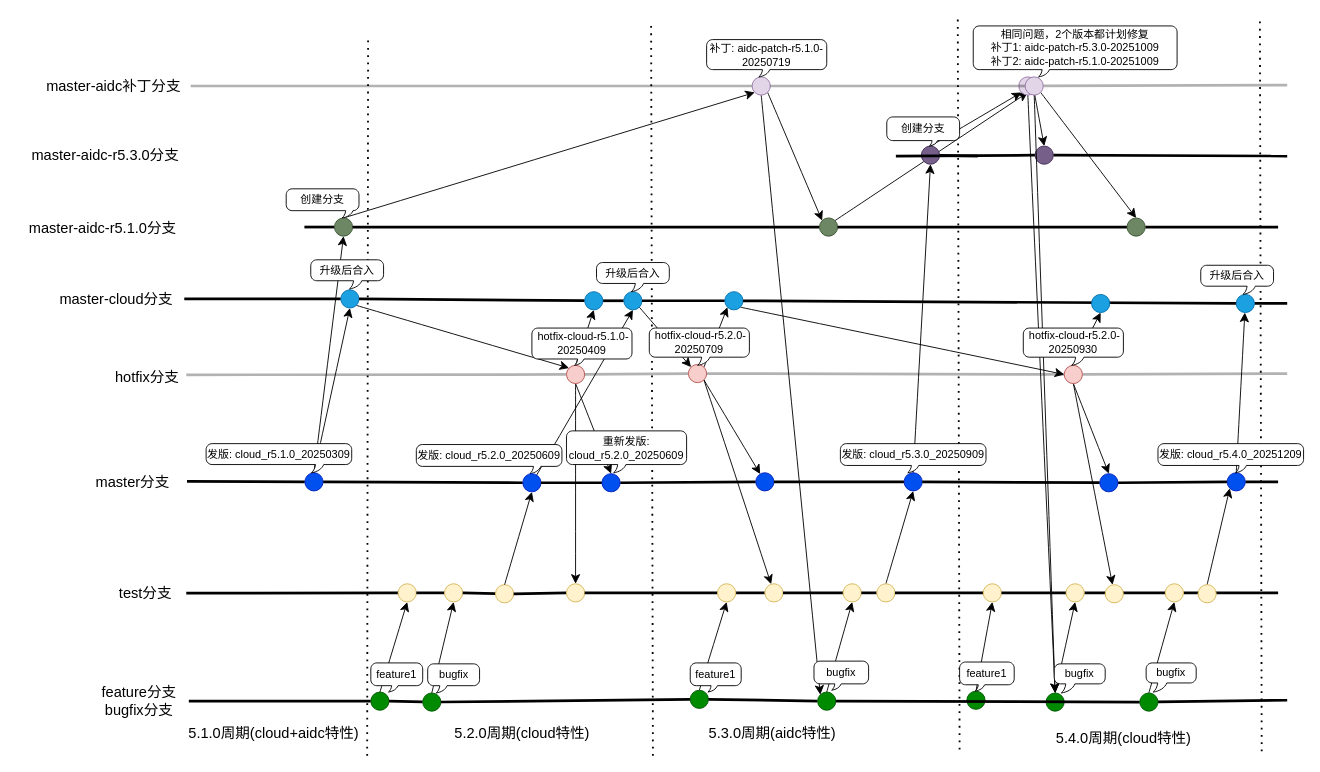
Before: page "Page-4" (4 of 4) of 规范/公有云和智算中心分支流程.drawio in paochiang/draw, a draw.io diagram. Source tidied: cells renumbered, new cells numbered last; positions are measured from the earlier drawing's top-left corner, leaving out a move shared by most shapes. Both pictures are drawn from the tidied source at 91%, with x=0, y=0 at pixel (15, 16).
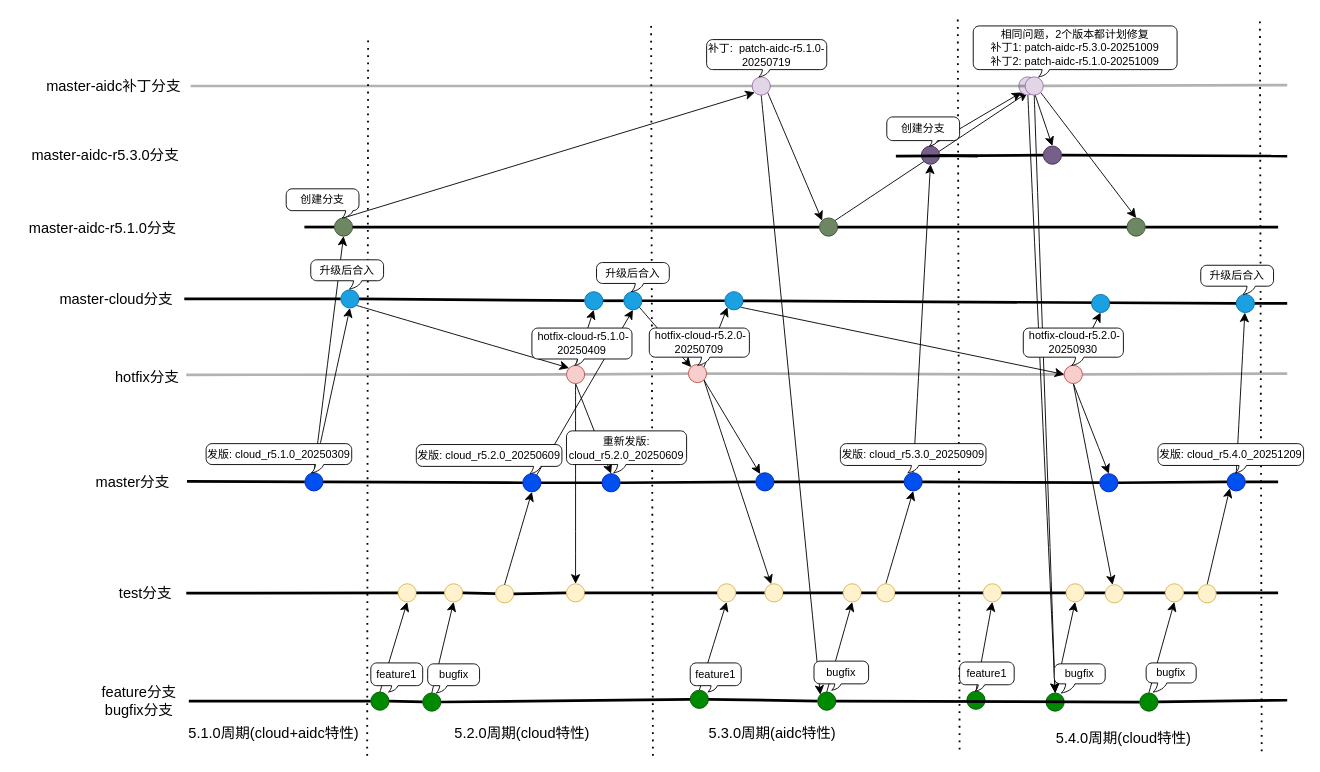
The same diagram, later.

The edit, as a diff of the source:
```diff
@@
     <mxCell id="109" style="ellipse;whiteSpace=wrap;html=1;fillColor=#76608a;strokeColor=#432D57;fontColor=#ffffff;" parent="1" vertex="1">
-      <mxGeometry x="1120" y="142" width="20" height="20" as="geometry" />
+      <mxGeometry x="1129" y="142" width="20" height="20" as="geometry" />
     </mxCell>
@@
-    <mxCell id="145" value="补丁: aidc-patch-r5.1.0-20250719" style="whiteSpace=wrap;html=1;shape=mxgraph.basic.roundRectCallout;dx=65.4;dy=8;size=6.6;boundedLbl=1;" parent="1" vertex="1">
+    <mxCell id="145" value="补丁:&amp;nbsp; patch-aidc-r5.1.0-20250719" style="whiteSpace=wrap;html=1;shape=mxgraph.basic.roundRectCallout;dx=65.4;dy=8;size=6.6;boundedLbl=1;" parent="1" vertex="1">
       <mxGeometry x="759" y="25" width="132" height="41" as="geometry" />
     </mxCell>
-    <mxCell id="146" value="&lt;div&gt;相同问题，2个版本都计划修复&lt;/div&gt;补丁1: aidc-patch-r5.3.0-20251009&lt;div&gt;补丁2: aidc-patch-r5.1.0-20251009&lt;br&gt;&lt;/div&gt;" style="whiteSpace=wrap;html=1;shape=mxgraph.basic.roundRectCallout;dx=79.71;dy=8;size=6.6;boundedLbl=1;" parent="1" vertex="1">
+    <mxCell id="146" value="&lt;div&gt;相同问题，2个版本都计划修复&lt;/div&gt;补丁1: patch-aidc-r5.3.0-20251009&lt;div&gt;补丁2:&amp;nbsp;&lt;span style=&quot;background-color: initial;&quot;&gt;patch-&lt;/span&gt;&lt;span style=&quot;background-color: initial;&quot;&gt;aidc-r5.1.0-20251009&lt;/span&gt;&lt;/div&gt;" style="whiteSpace=wrap;html=1;shape=mxgraph.basic.roundRectCallout;dx=79.71;dy=8;size=6.6;boundedLbl=1;" parent="1" vertex="1">
       <mxGeometry x="1052" y="10" width="224" height="56" as="geometry" />
     </mxCell>
```
